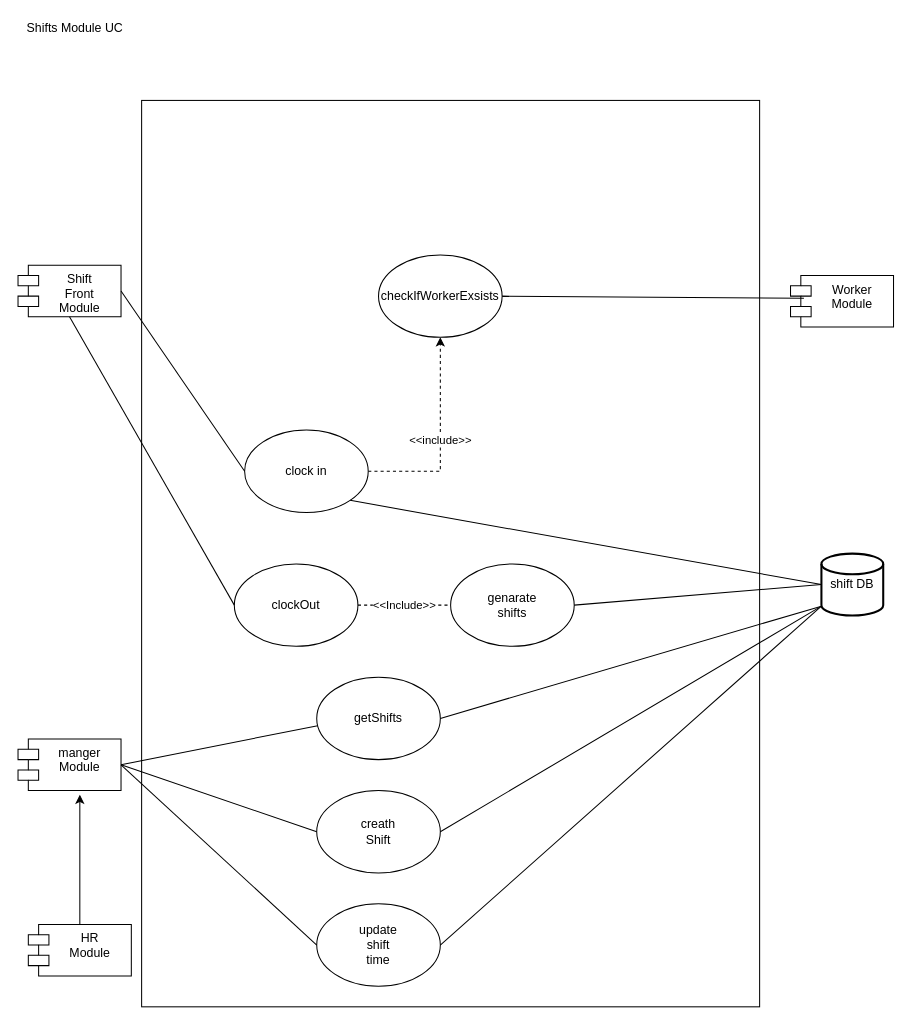
Earlier version of the draw.io diagram shiftsModule/UML/shiftBackEndUC.drawio (ddenis1994/Food-Delivery). Source tidied: cells renumbered, new cells numbered last; positions are measured from the earlier drawing's top-left corner, leaving out a move shared by most shapes. Both pictures are drawn from the tidied source at 103%, with x=0, y=0 at pixel (18, 18).
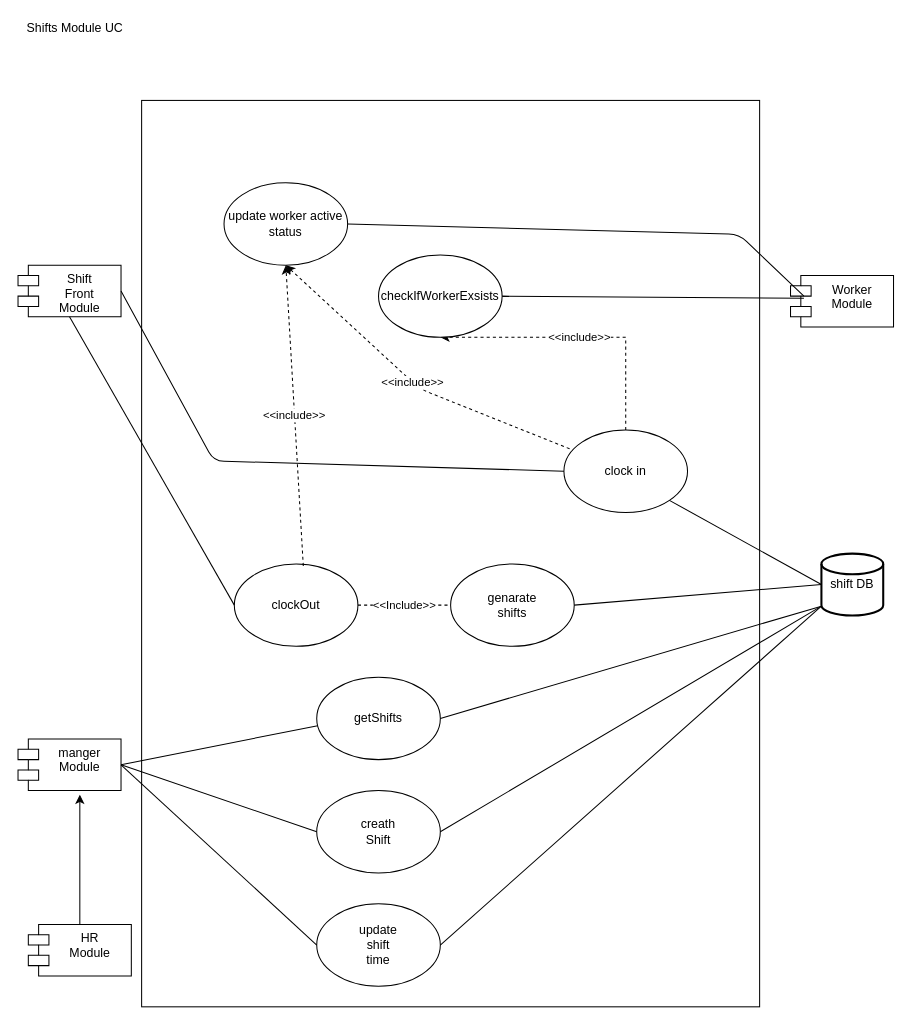
After the change.

Unchanged cells that the change refers to:
```xml
<mxCell id="4" value="Worker&#10;Module" style="shape=module;align=left;spacingLeft=20;align=center;verticalAlign=top;" parent="1" vertex="1">
  <mxGeometry x="750" y="250" width="100" height="50" as="geometry" />
</mxCell>
<mxCell id="5" value="Shift&#10;Front&#10;Module" style="shape=module;align=left;spacingLeft=20;align=center;verticalAlign=top;" parent="1" vertex="1">
  <mxGeometry y="240" width="100" height="50" as="geometry" />
</mxCell>
<mxCell id="8" value="checkIfWorkerExsists" style="ellipse;whiteSpace=wrap;html=1;" parent="1" vertex="1">
  <mxGeometry x="350" y="230" width="120" height="80" as="geometry" />
</mxCell>
<mxCell id="11" value="clockOut" style="ellipse;whiteSpace=wrap;html=1;" parent="1" vertex="1">
  <mxGeometry x="210" y="530" width="120" height="80" as="geometry" />
</mxCell>
```

Change to the diagram source:
```diff
@@
     <mxCell id="6" value="&amp;lt;&amp;lt;include&amp;gt;&amp;gt;" style="edgeStyle=orthogonalEdgeStyle;rounded=0;jettySize=auto;html=1;entryX=0.5;entryY=1;entryDx=0;entryDy=0;dashed=1;" parent="1" edge="1" source="7" target="8">
-      <mxGeometry relative="1" as="geometry" />
+      <mxGeometry relative="1" as="geometry">
+        <Array as="points">
+          <mxPoint x="590" y="310" />
+        </Array>
+      </mxGeometry>
     </mxCell>
     <mxCell id="7" value="clock in" style="ellipse;whiteSpace=wrap;html=1;" parent="1" vertex="1">
-      <mxGeometry x="220" y="400" width="120" height="80" as="geometry" />
+      <mxGeometry x="530" y="400" width="120" height="80" as="geometry" />
     </mxCell>
@@
     <mxCell id="9" style="endArrow=none;html=1;exitX=1;exitY=0.5;exitDx=0;exitDy=0;entryX=0;entryY=0.5;entryDx=0;entryDy=0;" parent="1" edge="1" source="5" target="7">
-      <mxGeometry relative="1" as="geometry" />
+      <mxGeometry relative="1" as="geometry">
+        <Array as="points">
+          <mxPoint x="190" y="430" />
+        </Array>
+      </mxGeometry>
     </mxCell>
@@
+    <mxCell id="30" value="update worker active status" style="ellipse;whiteSpace=wrap;html=1;" parent="1" vertex="1">
+      <mxGeometry x="200" y="160" width="120" height="80" as="geometry" />
+    </mxCell>
+    <mxCell id="31" value="&amp;lt;&amp;lt;include&amp;gt;&amp;gt;" style="endArrow=none;html=1;exitX=0.5;exitY=1;exitDx=0;exitDy=0;dashed=1;endFill=0;startArrow=classic;startFill=1;" parent="1" edge="1" source="30" target="7">
+      <mxGeometry relative="1" as="geometry">
+        <Array as="points">
+          <mxPoint x="390" y="360" />
+        </Array>
+      </mxGeometry>
+    </mxCell>
+    <mxCell id="32" style="endArrow=none;html=1;entryX=1;entryY=0.5;entryDx=0;entryDy=0;exitX=0.13;exitY=0.4;exitDx=0;exitDy=0;exitPerimeter=0;" parent="1" edge="1" source="4" target="30">
+      <mxGeometry relative="1" as="geometry">
+        <Array as="points">
+          <mxPoint x="700" y="210" />
+        </Array>
+      </mxGeometry>
+    </mxCell>
+    <mxCell id="33" value="&amp;lt;&amp;lt;include&amp;gt;&amp;gt;" style="endArrow=classic;html=1;dashed=1;exitX=0.558;exitY=0.025;exitDx=0;exitDy=0;exitPerimeter=0;startArrow=none;startFill=0;endFill=1;" parent="1" edge="1" source="11">
+      <mxGeometry relative="1" as="geometry">
+        <mxPoint x="260" y="240" as="targetPoint" />
+      </mxGeometry>
+    </mxCell>
```
